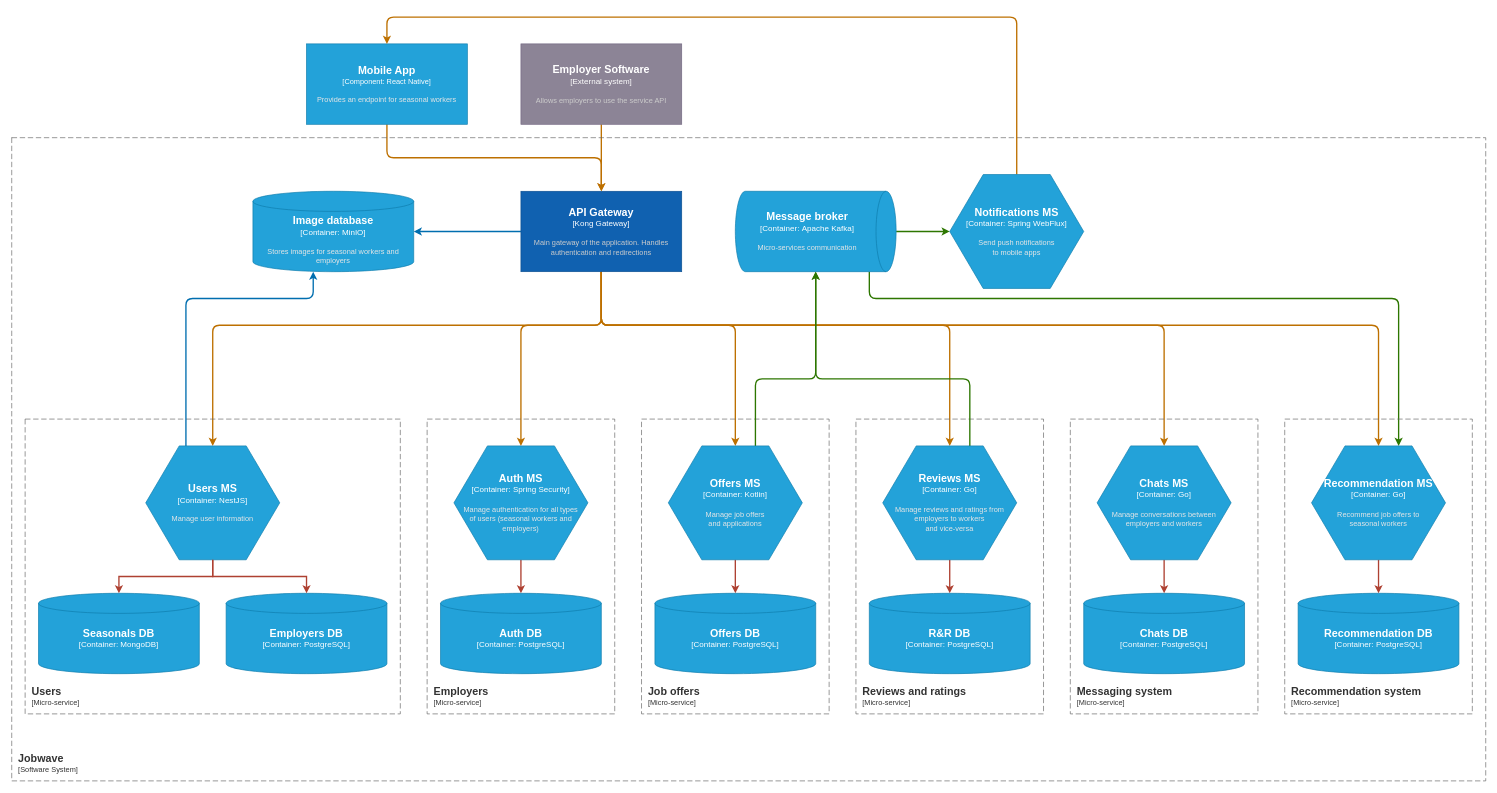
Earlier version of the draw.io diagram docs/architecture-diagram.drawio (BioTheWolff/Jobwave). Source tidied: cells renumbered, new cells numbered last; positions are measured from the earlier drawing's top-left corner, leaving out a move shared by most shapes. Both pictures are drawn from the tidied source at 67%, with x=0, y=0 at pixel (11, 17).
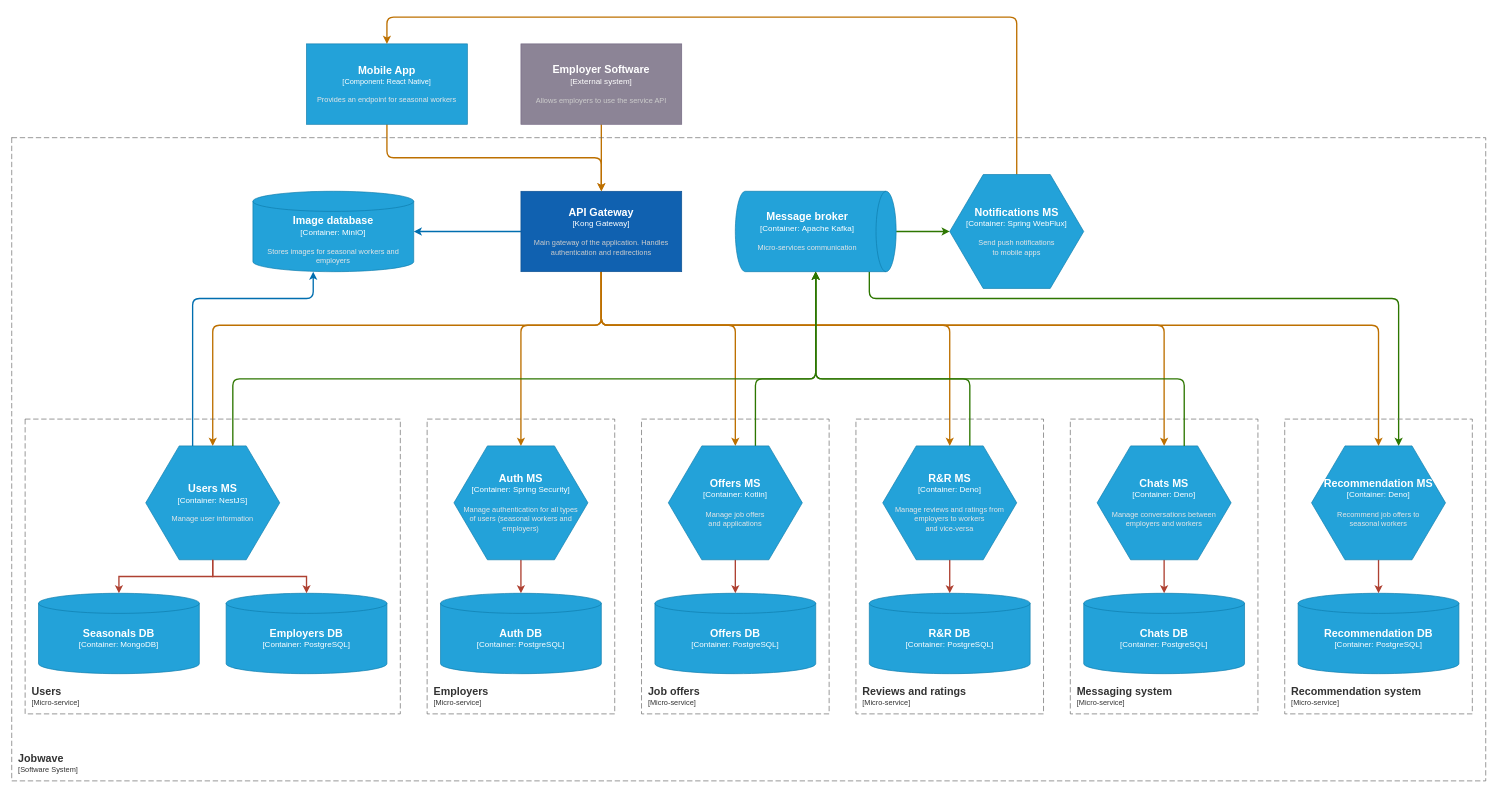
The same page after the edit.

Commit message (it also covers changes not shown here):
docs: document remaining microservices

The change refers to these unchanged cells:
```xml
<object id="8" label="&lt;font style=&quot;font-size: 16px&quot;&gt;&lt;b&gt;%c4Type%&lt;/b&gt;&lt;/font&gt;&lt;div&gt;[%c4Container%:&amp;nbsp;%c4Technology%]&lt;/div&gt;&lt;br&gt;&lt;div&gt;&lt;font style=&quot;font-size: 11px&quot;&gt;&lt;font color=&quot;#E6E6E6&quot;&gt;%c4Description%&lt;/font&gt;&lt;/div&gt;" c4Container="Container" c4Description="Stores images for seasonal workers and employers" c4Technology="MinIO" c4Type="Image database" placeholders="1">
  <mxCell style="shape=cylinder3;size=15;whiteSpace=wrap;html=1;boundedLbl=1;rounded=0;labelBackgroundColor=none;fillColor=#23A2D9;fontSize=12;fontColor=#ffffff;align=center;strokeColor=#0E7DAD;points=[[0.5,0,0],[1,0.25,0],[1,0.5,0],[1,0.75,0],[0.5,1,0],[0,0.75,0],[0,0.5,0],[0,0.25,0]];" parent="1" vertex="1">
    <mxGeometry x="360" y="260" width="240" height="120" as="geometry" />
  </mxCell>
</object>
<object id="11" label="&lt;font style=&quot;font-size: 16px&quot;&gt;&lt;b&gt;%c4Type%&lt;/b&gt;&lt;/font&gt;&lt;div&gt;[%c4Container%:&amp;nbsp;%c4Technology%]&lt;/div&gt;&lt;br&gt;&lt;div&gt;&lt;font style=&quot;font-size: 11px&quot;&gt;&lt;font color=&quot;#E6E6E6&quot;&gt;%c4Description%&lt;/font&gt;&lt;/div&gt;" c4Container="Container" c4Description="Micro-services communication" c4Technology="Apache Kafka" c4Type="Message broker" placeholders="1">
  <mxCell style="shape=cylinder3;size=15;direction=south;whiteSpace=wrap;html=1;boundedLbl=1;rounded=0;labelBackgroundColor=none;fillColor=#23A2D9;fontSize=12;fontColor=#ffffff;align=center;strokeColor=#0E7DAD;points=[[0.5,0,0],[1,0.25,0],[1,0.5,0],[1,0.75,0],[0.5,1,0],[0,0.75,0],[0,0.5,0],[0,0.25,0]];" parent="1" vertex="1">
    <mxGeometry x="1080" y="260" width="240" height="120" as="geometry" />
  </mxCell>
</object>
<object id="22" label="&lt;font style=&quot;font-size: 16px&quot;&gt;&lt;b&gt;%c4Type%&lt;/b&gt;&lt;/font&gt;&lt;div&gt;[%c4Container%:&amp;nbsp;%c4Technology%]&lt;/div&gt;&lt;br&gt;&lt;div&gt;&lt;font style=&quot;font-size: 11px&quot;&gt;&lt;font color=&quot;#E6E6E6&quot;&gt;%c4Description%&lt;/font&gt;&lt;/div&gt;" c4Container="Container" c4Description="Manage user information" c4Technology="NestJS" c4Type="Users MS" placeholders="1">
  <mxCell style="shape=hexagon;size=50;perimeter=hexagonPerimeter2;whiteSpace=wrap;html=1;fixedSize=1;rounded=0;labelBackgroundColor=none;fillColor=#23A2D9;fontSize=12;fontColor=#ffffff;align=center;strokeColor=#0E7DAD;points=[[0.5,0,0],[1,0.25,0],[1,0.5,0],[1,0.75,0],[0.5,1,0],[0,0.75,0],[0,0.5,0],[0,0.25,0]];" parent="1" vertex="1">
    <mxGeometry x="200" y="640" width="200" height="170" as="geometry" />
  </mxCell>
</object>
```

What changed in the source:
```diff
@@
     <mxCell id="21" style="edgeStyle=orthogonalEdgeStyle;jettySize=auto;html=1;strokeWidth=2;fillColor=#1ba1e2;strokeColor=#006EAF;" parent="1" edge="1" source="22" target="8">
       <mxGeometry relative="1" as="geometry">
         <Array as="points">
-          <mxPoint x="260" y="420" />
+          <mxPoint x="270" y="420" />
           <mxPoint x="450" y="420" />
         </Array>
       </mxGeometry>
     </mxCell>
@@
-    <object id="33" label="&lt;font style=&quot;font-size: 16px&quot;&gt;&lt;b&gt;%c4Type%&lt;/b&gt;&lt;/font&gt;&lt;div&gt;[%c4Container%:&amp;nbsp;%c4Technology%]&lt;/div&gt;&lt;br&gt;&lt;div&gt;&lt;font style=&quot;font-size: 11px&quot;&gt;&lt;font color=&quot;#E6E6E6&quot;&gt;%c4Description%&lt;/font&gt;&lt;/div&gt;" c4Container="Container" c4Description="Manage reviews and ratings from employers to workers&#10;and vice-versa" c4Technology="Go" c4Type="Reviews MS" placeholders="1">
+    <object id="33" label="&lt;font style=&quot;font-size: 16px&quot;&gt;&lt;b&gt;%c4Type%&lt;/b&gt;&lt;/font&gt;&lt;div&gt;[%c4Container%:&amp;nbsp;%c4Technology%]&lt;/div&gt;&lt;br&gt;&lt;div&gt;&lt;font style=&quot;font-size: 11px&quot;&gt;&lt;font color=&quot;#E6E6E6&quot;&gt;%c4Description%&lt;/font&gt;&lt;/div&gt;" c4Container="Container" c4Description="Manage reviews and ratings from employers to workers&#10;and vice-versa" c4Technology="Deno" c4Type="R&amp;R MS" placeholders="1">
       <mxCell style="shape=hexagon;size=50;perimeter=hexagonPerimeter2;whiteSpace=wrap;html=1;fixedSize=1;rounded=0;labelBackgroundColor=none;fillColor=#23A2D9;fontSize=12;fontColor=#ffffff;align=center;strokeColor=#0E7DAD;points=[[0.5,0,0],[1,0.25,0],[1,0.5,0],[1,0.75,0],[0.5,1,0],[0,0.75,0],[0,0.5,0],[0,0.25,0]];" parent="1" vertex="1">
         <mxGeometry x="1300" y="640" width="200" height="170" as="geometry" />
       </mxCell>
     </object>
@@
-    <object id="37" label="&lt;font style=&quot;font-size: 16px&quot;&gt;&lt;b&gt;%c4Type%&lt;/b&gt;&lt;/font&gt;&lt;div&gt;[%c4Container%:&amp;nbsp;%c4Technology%]&lt;/div&gt;&lt;br&gt;&lt;div&gt;&lt;font style=&quot;font-size: 11px&quot;&gt;&lt;font color=&quot;#E6E6E6&quot;&gt;%c4Description%&lt;/font&gt;&lt;/div&gt;" c4Container="Container" c4Description="Manage conversations between employers and workers" c4Technology="Go" c4Type="Chats MS" placeholders="1">
+    <object id="37" label="&lt;font style=&quot;font-size: 16px&quot;&gt;&lt;b&gt;%c4Type%&lt;/b&gt;&lt;/font&gt;&lt;div&gt;[%c4Container%:&amp;nbsp;%c4Technology%]&lt;/div&gt;&lt;br&gt;&lt;div&gt;&lt;font style=&quot;font-size: 11px&quot;&gt;&lt;font color=&quot;#E6E6E6&quot;&gt;%c4Description%&lt;/font&gt;&lt;/div&gt;" c4Container="Container" c4Description="Manage conversations between employers and workers" c4Technology="Deno" c4Type="Chats MS" placeholders="1">
       <mxCell style="shape=hexagon;size=50;perimeter=hexagonPerimeter2;whiteSpace=wrap;html=1;fixedSize=1;rounded=0;labelBackgroundColor=none;fillColor=#23A2D9;fontSize=12;fontColor=#ffffff;align=center;strokeColor=#0E7DAD;points=[[0.5,0,0],[1,0.25,0],[1,0.5,0],[1,0.75,0],[0.5,1,0],[0,0.75,0],[0,0.5,0],[0,0.25,0]];" parent="1" vertex="1">
         <mxGeometry x="1620" y="640" width="200" height="170" as="geometry" />
       </mxCell>
     </object>
@@
-    <object id="43" label="&lt;font style=&quot;font-size: 16px&quot;&gt;&lt;b&gt;%c4Type%&lt;/b&gt;&lt;/font&gt;&lt;div&gt;[%c4Container%:&amp;nbsp;%c4Technology%]&lt;/div&gt;&lt;br&gt;&lt;div&gt;&lt;font style=&quot;font-size: 11px&quot;&gt;&lt;font color=&quot;#E6E6E6&quot;&gt;%c4Description%&lt;/font&gt;&lt;/div&gt;" c4Container="Container" c4Description="Recommend job offers to&#10;seasonal workers" c4Technology="Go" c4Type="Recommendation MS" placeholders="1">
+    <object id="43" label="&lt;font style=&quot;font-size: 16px&quot;&gt;&lt;b&gt;%c4Type%&lt;/b&gt;&lt;/font&gt;&lt;div&gt;[%c4Container%:&amp;nbsp;%c4Technology%]&lt;/div&gt;&lt;br&gt;&lt;div&gt;&lt;font style=&quot;font-size: 11px&quot;&gt;&lt;font color=&quot;#E6E6E6&quot;&gt;%c4Description%&lt;/font&gt;&lt;/div&gt;" c4Container="Container" c4Description="Recommend job offers to&#10;seasonal workers" c4Technology="Deno" c4Type="Recommendation MS" placeholders="1">
       <mxCell style="shape=hexagon;size=50;perimeter=hexagonPerimeter2;whiteSpace=wrap;html=1;fixedSize=1;rounded=0;labelBackgroundColor=none;fillColor=#23A2D9;fontSize=12;fontColor=#ffffff;align=center;strokeColor=#0E7DAD;points=[[0.5,0,0],[1,0.25,0],[1,0.5,0],[1,0.75,0],[0.5,1,0],[0,0.75,0],[0,0.5,0],[0,0.25,0]];" parent="1" vertex="1">
         <mxGeometry x="1940" y="640" width="200" height="170" as="geometry" />
       </mxCell>
     </object>
@@
+    <mxCell id="50" style="edgeStyle=orthogonalEdgeStyle;jettySize=auto;html=1;strokeWidth=2;fillColor=#60a917;strokeColor=#2D7600;" parent="1" edge="1" source="22" target="11">
+      <mxGeometry relative="1" as="geometry">
+        <Array as="points">
+          <mxPoint x="330" y="540" />
+          <mxPoint x="1200" y="540" />
+        </Array>
+      </mxGeometry>
+    </mxCell>
+    <mxCell id="51" style="edgeStyle=orthogonalEdgeStyle;jettySize=auto;html=1;fillColor=#60a917;strokeColor=#2D7600;strokeWidth=2;" parent="1" edge="1" source="37" target="11">
+      <mxGeometry relative="1" as="geometry">
+        <Array as="points">
+          <mxPoint x="1750" y="540" />
+          <mxPoint x="1200" y="540" />
+        </Array>
+      </mxGeometry>
+    </mxCell>
```
